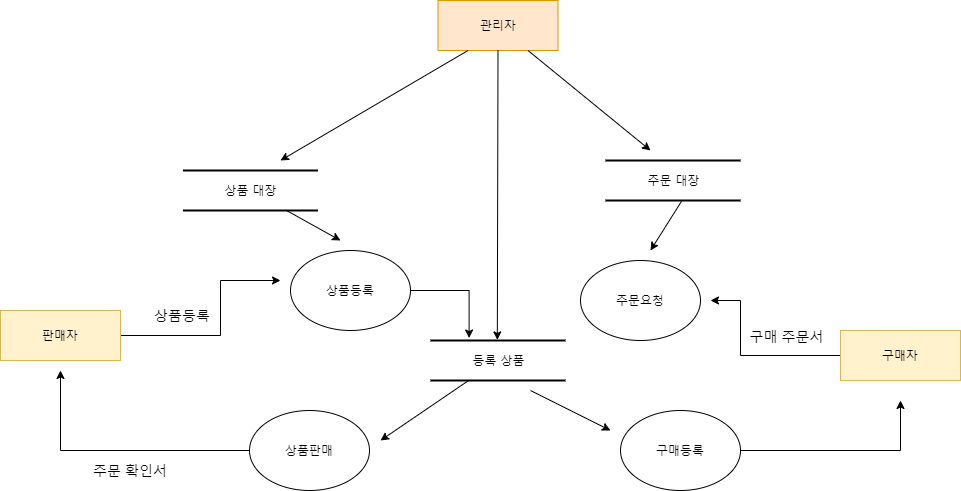
Earlier version of the draw.io export Untitled Diagram.png (osiris0607/Project). Source tidied: cells renumbered, new cells last; positions are measured from the earlier drawing's top-left corner, leaving out a move shared by most shapes.
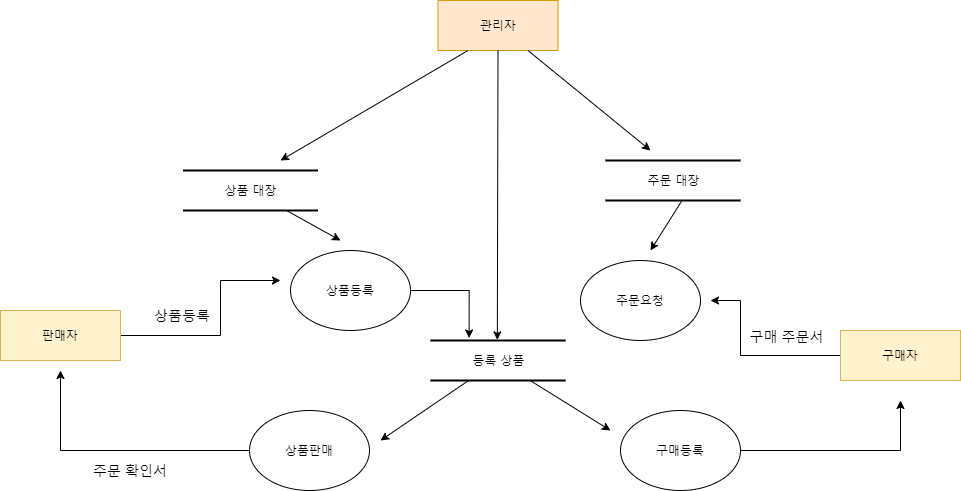
After the commit.

Change to the diagram source:
```diff
@@ -68,9 +68,8 @@
         <mxPoint x="380" y="440" as="targetPoint" />
       </mxGeometry>
     </mxCell>
-    <mxCell id="18" style="endArrow=classic;html=1;" parent="1" edge="1">
+    <mxCell id="18" style="endArrow=classic;html=1;" parent="1" edge="1" source="4">
       <mxGeometry relative="1" as="geometry">
-        <mxPoint x="530" y="390" as="sourcePoint" />
         <mxPoint x="610" y="430" as="targetPoint" />
       </mxGeometry>
     </mxCell>
```
